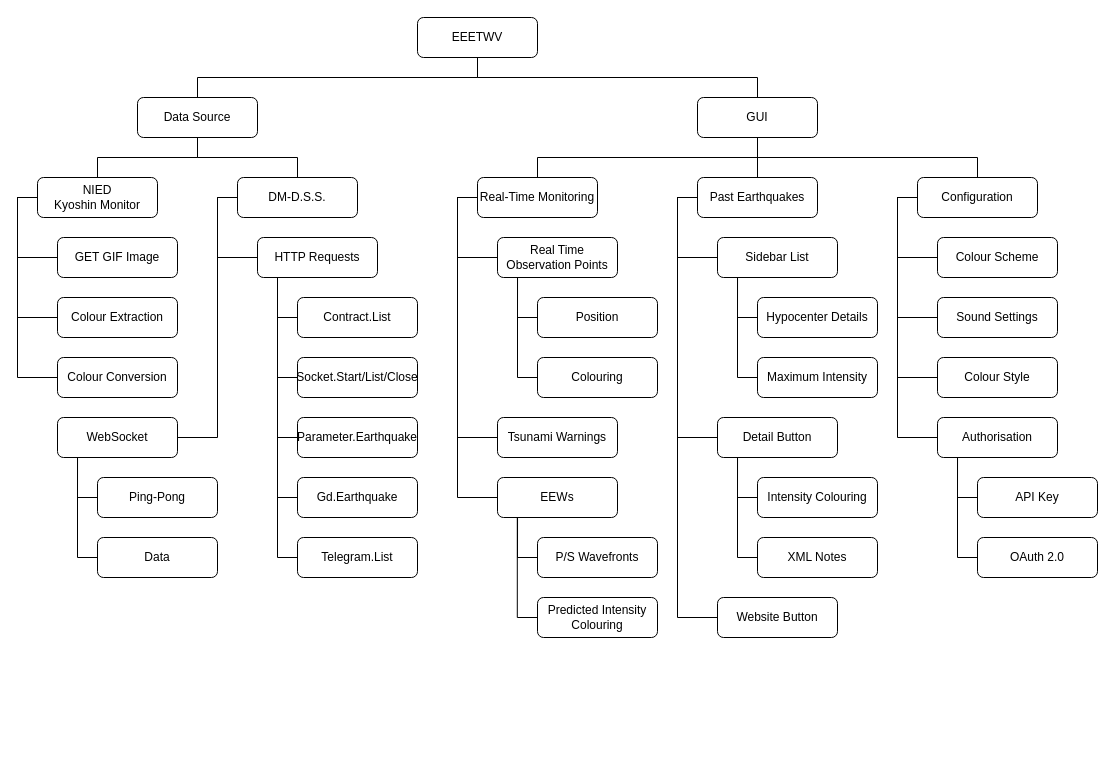
Above: img/hierarchy.drawio in EasonSYC/a-level-computing-coursework (draw.io), before the change. Source tidied: cells renumbered, new cells numbered last; positions are measured from the earlier drawing's top-left corner, leaving out a move shared by most shapes. Both pictures are drawn from the tidied source at 100%, with x=0, y=0 at pixel (37, 17).
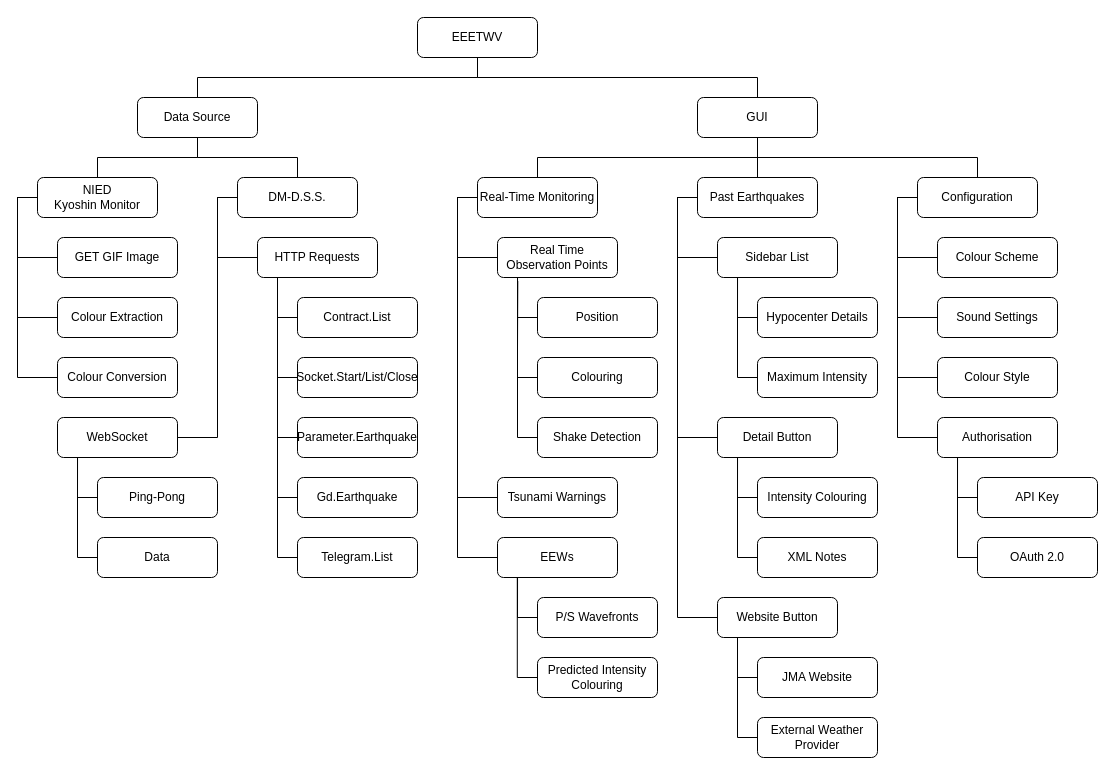
Above is the later version.

Unchanged cells that the change refers to:
```xml
<mxCell id="48" value="Real Time&lt;div&gt;Observation Points&lt;/div&gt;" style="rounded=1;whiteSpace=wrap;html=1;fontFamily=STIX;" parent="1" vertex="1">
  <mxGeometry x="460" y="220" width="120" height="40" as="geometry" />
</mxCell>
```

What changed in the source:
```diff
@@
     <mxCell id="46" value="EEWs" style="rounded=1;whiteSpace=wrap;html=1;fontFamily=STIX;" parent="1" vertex="1">
-      <mxGeometry x="460" y="460" width="120" height="40" as="geometry" />
+      <mxGeometry x="460" y="520" width="120" height="40" as="geometry" />
     </mxCell>
     <mxCell id="47" value="Tsunami Warnings" style="rounded=1;whiteSpace=wrap;html=1;fontFamily=STIX;" parent="1" vertex="1">
-      <mxGeometry x="460" y="400" width="120" height="40" as="geometry" />
+      <mxGeometry x="460" y="460" width="120" height="40" as="geometry" />
     </mxCell>
@@
     <mxCell id="65" value="P/S Wavefronts" style="rounded=1;whiteSpace=wrap;html=1;fontFamily=STIX;" parent="1" vertex="1">
-      <mxGeometry x="500" y="520" width="120" height="40" as="geometry" />
+      <mxGeometry x="500" y="580" width="120" height="40" as="geometry" />
     </mxCell>
     <mxCell id="66" value="Predicted Intensity Colouring" style="rounded=1;whiteSpace=wrap;html=1;fontFamily=STIX;" parent="1" vertex="1">
-      <mxGeometry x="500" y="580" width="120" height="40" as="geometry" />
+      <mxGeometry x="500" y="640" width="120" height="40" as="geometry" />
     </mxCell>
@@
+    <mxCell id="81" style="edgeStyle=orthogonalEdgeStyle;rounded=0;jettySize=auto;html=1;exitX=0;exitY=0.5;exitDx=0;exitDy=0;endArrow=none;endFill=0;" parent="1" edge="1" source="82">
+      <mxGeometry relative="1" as="geometry">
+        <mxPoint x="700" y="620" as="targetPoint" />
+      </mxGeometry>
+    </mxCell>
+    <mxCell id="82" value="External Weather Provider" style="rounded=1;whiteSpace=wrap;html=1;fontFamily=STIX;" parent="1" vertex="1">
+      <mxGeometry x="720" y="700" width="120" height="40" as="geometry" />
+    </mxCell>
+    <mxCell id="83" value="JMA Website" style="rounded=1;whiteSpace=wrap;html=1;fontFamily=STIX;" parent="1" vertex="1">
+      <mxGeometry x="720" y="640" width="120" height="40" as="geometry" />
+    </mxCell>
+    <mxCell id="84" style="edgeStyle=orthogonalEdgeStyle;rounded=0;jettySize=auto;html=1;exitX=0;exitY=0.5;exitDx=0;exitDy=0;entryX=0.167;entryY=1;entryDx=0;entryDy=0;entryPerimeter=0;endArrow=none;endFill=0;" parent="1" edge="1" source="83">
+      <mxGeometry relative="1" as="geometry">
+        <mxPoint x="700" y="620" as="targetPoint" />
+      </mxGeometry>
+    </mxCell>
+    <mxCell id="85" value="Shake Detection" style="rounded=1;whiteSpace=wrap;html=1;fontFamily=STIX;" parent="1" vertex="1">
+      <mxGeometry x="500" y="400" width="120" height="40" as="geometry" />
+    </mxCell>
+    <mxCell id="86" style="edgeStyle=orthogonalEdgeStyle;rounded=0;jettySize=auto;html=1;exitX=0;exitY=0.5;exitDx=0;exitDy=0;entryX=0.169;entryY=1.088;entryDx=0;entryDy=0;entryPerimeter=0;endArrow=none;endFill=0;" parent="1" edge="1" source="85" target="48">
+      <mxGeometry relative="1" as="geometry" />
+    </mxCell>
```
